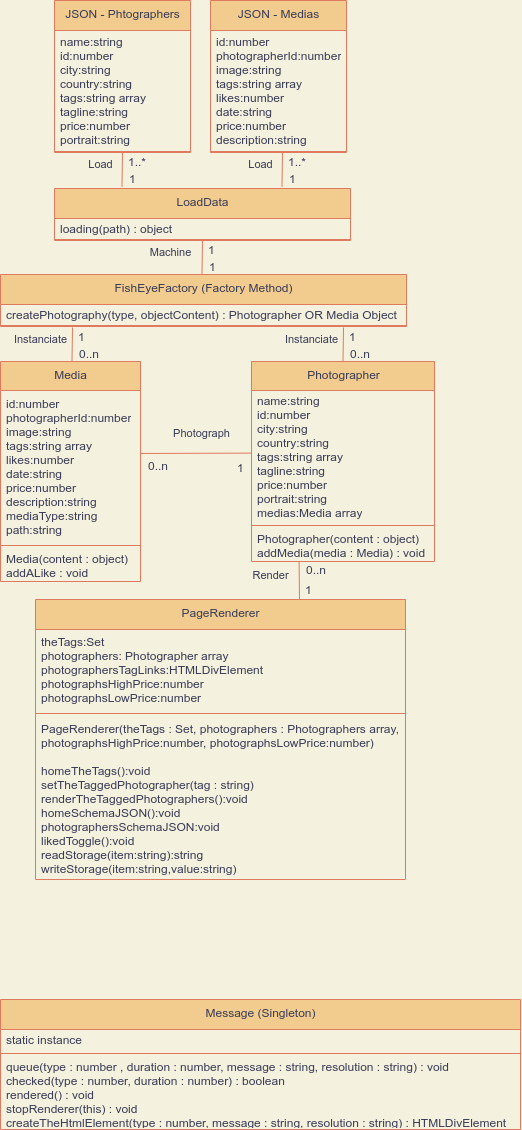
Lob2018/YannLobjois_6_25032021 keeps this draw.io diagram as spec/UML-diagramme de classes.png. Above is the earlier version. Source tidied: cells renumbered, new cells last; positions are measured from the earlier drawing's top-left corner, leaving out a move shared by most shapes.
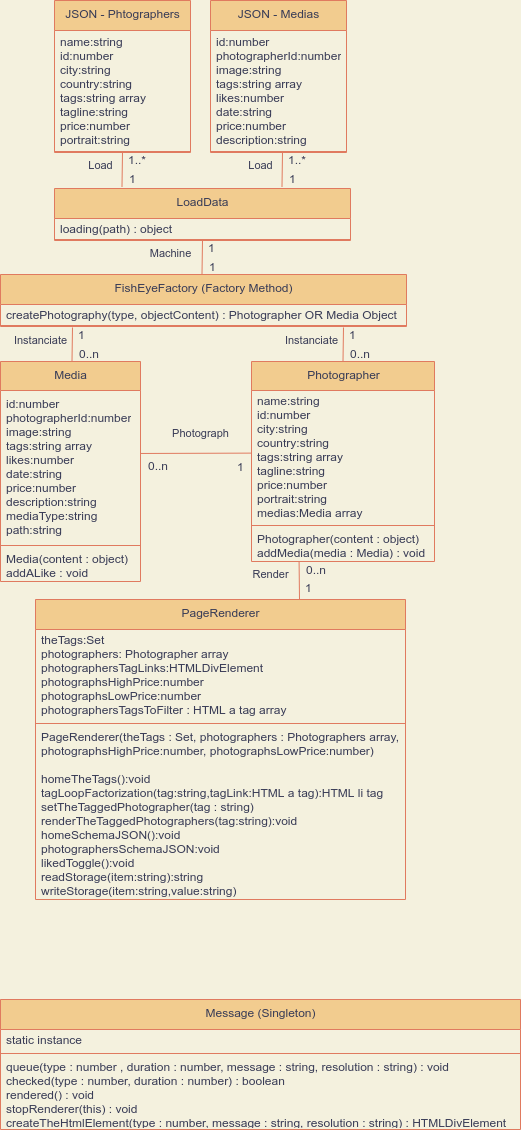
The same diagram one commit later.

Diff of the diagram source:
```diff
@@ -165,16 +165,16 @@
       </mxGeometry>
     </mxCell>
     <mxCell id="44" value="PageRenderer" style="swimlane;fontStyle=0;align=center;verticalAlign=top;horizontal=1;startSize=30;html=1;fillColor=#F2CC8F;strokeColor=#E07A5F;fontColor=#393C56;" parent="1" vertex="1">
-      <mxGeometry x="35" y="599" width="370" height="280" as="geometry" />
+      <mxGeometry x="35" y="599" width="370" height="300" as="geometry" />
     </mxCell>
-    <mxCell id="45" value="&lt;div&gt;theTags:Set&lt;/div&gt;&lt;div&gt;photographers: Photographer array&lt;/div&gt;&lt;div&gt;photographersTagLinks:HTMLDivElement&lt;/div&gt;&lt;div&gt;photographsHighPrice:number&lt;/div&gt;&lt;div&gt;photographsLowPrice:number&lt;br&gt;&lt;/div&gt;" style="text;html=1;strokeColor=none;fillColor=none;align=left;verticalAlign=middle;spacingLeft=4;spacingRight=4;overflow=hidden;fontColor=#393C56;" parent="44" vertex="1">
-      <mxGeometry y="30" width="370" height="80" as="geometry" />
+    <mxCell id="45" value="&lt;div&gt;theTags:Set&lt;/div&gt;&lt;div&gt;photographers: Photographer array&lt;/div&gt;&lt;div&gt;photographersTagLinks:HTMLDivElement&lt;/div&gt;&lt;div&gt;photographsHighPrice:number&lt;/div&gt;&lt;div&gt;photographsLowPrice:number&lt;br&gt;photographersTagsToFilter : HTML a tag array&lt;/div&gt;" style="text;html=1;strokeColor=none;fillColor=none;align=left;verticalAlign=middle;spacingLeft=4;spacingRight=4;overflow=hidden;fontColor=#393C56;" parent="44" vertex="1">
+      <mxGeometry y="30" width="370" height="90" as="geometry" />
     </mxCell>
     <mxCell id="46" style="line;strokeWidth=1;fillColor=none;align=left;verticalAlign=middle;spacingTop=-1;spacingLeft=3;spacingRight=3;labelPosition=right;labelBackgroundColor=#F4F1DE;strokeColor=#E07A5F;fontColor=#393C56;" parent="44" vertex="1">
-      <mxGeometry y="110" width="370" height="8" as="geometry" />
+      <mxGeometry y="120" width="370" height="8" as="geometry" />
     </mxCell>
-    <mxCell id="47" value="&lt;div&gt;PageRenderer(theTags : Set, photographers : Photographers array,&amp;nbsp;&lt;/div&gt;photographsHighPrice:number, photographsLowPrice:number)&lt;div&gt;&lt;br&gt;&lt;/div&gt;&lt;div&gt;homeTheTags():void&lt;/div&gt;&lt;div&gt;setTheTaggedPhotographer(tag : string)&lt;/div&gt;&lt;div&gt;renderTheTaggedPhotographers():void&lt;/div&gt;&lt;div&gt;homeSchemaJSON():void&lt;/div&gt;&lt;div&gt;photographersSchemaJSON:void&lt;/div&gt;&lt;div&gt;likedToggle():void&lt;/div&gt;&lt;div&gt;readStorage(item:string):string&lt;/div&gt;&lt;div&gt;writeStorage(item:string,value:string)&lt;/div&gt;" style="text;html=1;strokeColor=none;fillColor=none;align=left;verticalAlign=middle;spacingLeft=4;spacingRight=4;overflow=hidden;fontColor=#393C56;" parent="44" vertex="1">
-      <mxGeometry y="118" width="370" height="162" as="geometry" />
+    <mxCell id="47" value="&lt;div&gt;PageRenderer(theTags : Set, photographers : Photographers array,&amp;nbsp;&lt;/div&gt;photographsHighPrice:number, photographsLowPrice:number)&lt;div&gt;&lt;br&gt;&lt;/div&gt;&lt;div&gt;homeTheTags():void&lt;br&gt;tagLoopFactorization(tag:string,tagLink:HTML a tag):HTML li tag&lt;/div&gt;&lt;div&gt;setTheTaggedPhotographer(tag : string)&lt;/div&gt;&lt;div&gt;renderTheTaggedPhotographers(tag:string):void&lt;/div&gt;&lt;div&gt;homeSchemaJSON():void&lt;/div&gt;&lt;div&gt;photographersSchemaJSON:void&lt;/div&gt;&lt;div&gt;likedToggle():void&lt;/div&gt;&lt;div&gt;readStorage(item:string):string&lt;/div&gt;&lt;div&gt;writeStorage(item:string,value:string)&lt;/div&gt;" style="text;html=1;strokeColor=none;fillColor=none;align=left;verticalAlign=middle;spacingLeft=4;spacingRight=4;overflow=hidden;fontColor=#393C56;" parent="44" vertex="1">
+      <mxGeometry y="128" width="370" height="172" as="geometry" />
     </mxCell>
     <mxCell id="48" value="Render" style="endArrow=none;html=1;rounded=0;align=center;verticalAlign=top;endFill=0;labelBackgroundColor=none;entryX=0.26;entryY=1.054;entryDx=0;entryDy=0;entryPerimeter=0;fillColor=#F2CC8F;strokeColor=#E07A5F;fontColor=#393C56;" parent="1" edge="1">
       <mxGeometry x="1" y="29" relative="1" as="geometry">
```
